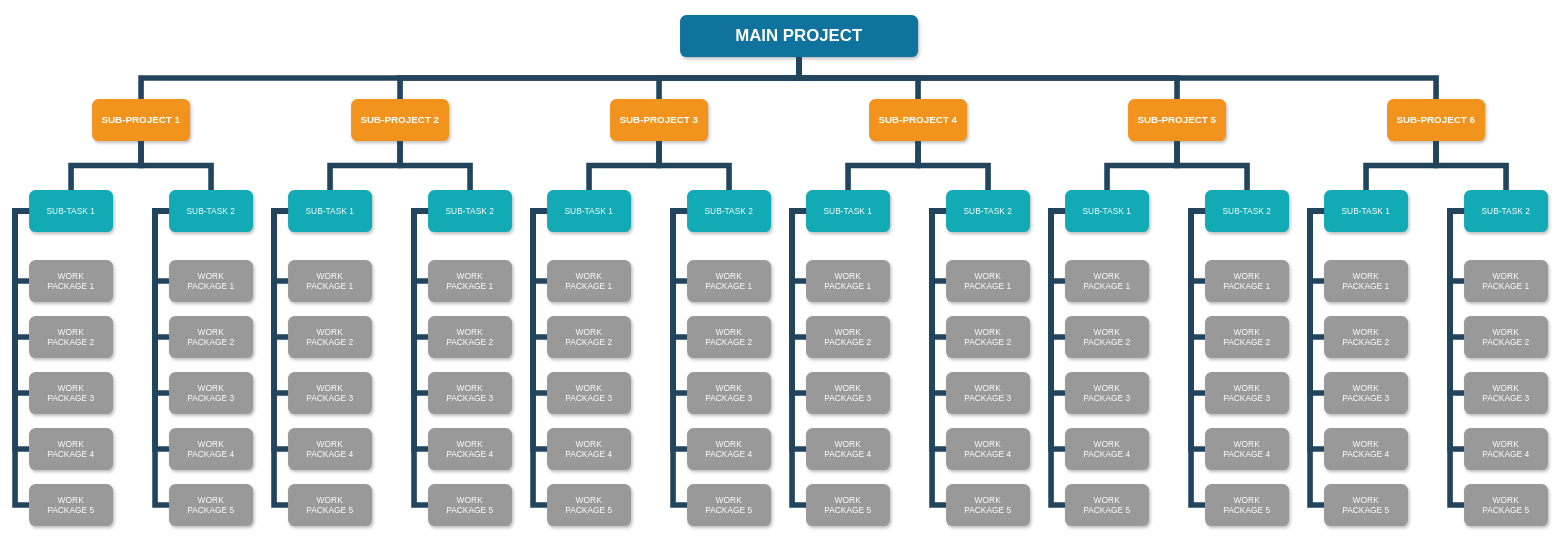
Before: Untitled Diagram.drawio in snashi/Car_behavioral_cloning, a draw.io diagram. Source tidied: cells renumbered, new cells numbered last; positions are measured from the earlier drawing's top-left corner, leaving out a move shared by most shapes. Both pictures are drawn from the tidied source at 70%, with x=0, y=0 at pixel (15, 15).
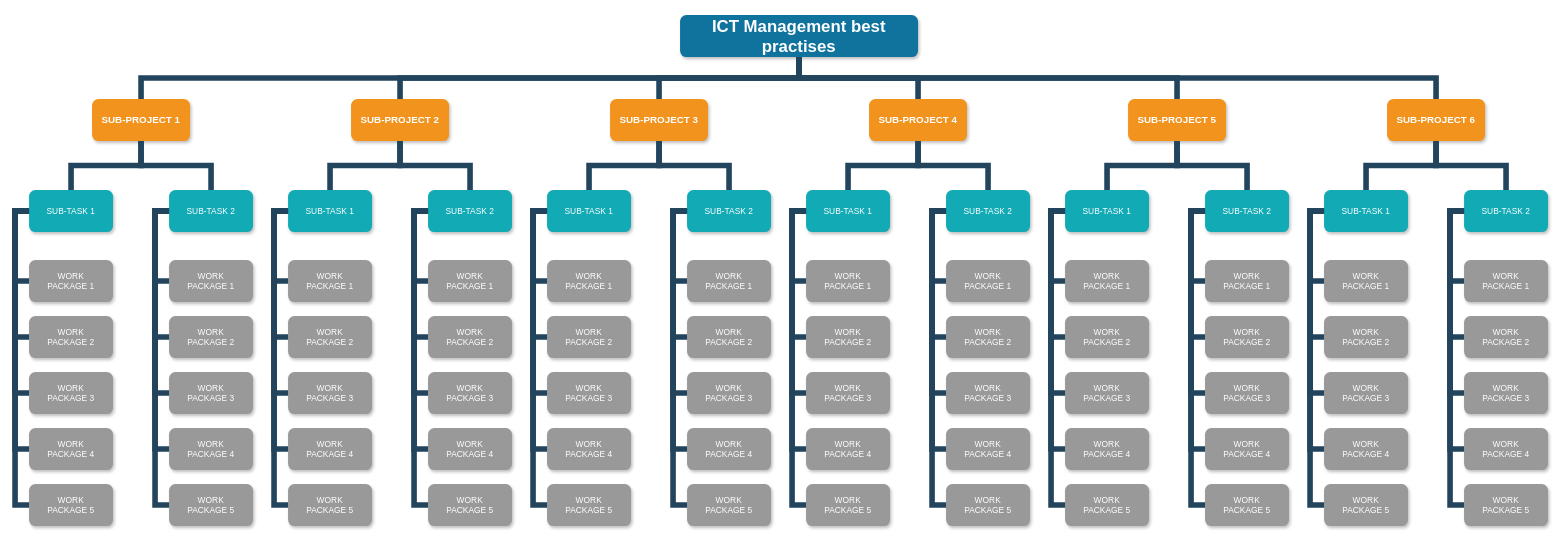
Above is the later version.

What changed in the source:
```diff
@@
-    <mxCell id="2" value="MAIN PROJECT" style="whiteSpace=wrap;rounded=1;shadow=1;fillColor=#10739E;strokeColor=none;fontColor=#FFFFFF;fontStyle=1;fontSize=24;" parent="1" vertex="1">
+    <mxCell id="2" value="ICT Management best practises" style="whiteSpace=wrap;rounded=1;shadow=1;fillColor=#10739E;strokeColor=none;fontColor=#FFFFFF;fontStyle=1;fontSize=24;" parent="1" vertex="1">
       <mxGeometry x="950" width="340" height="60" as="geometry" />
     </mxCell>
```
